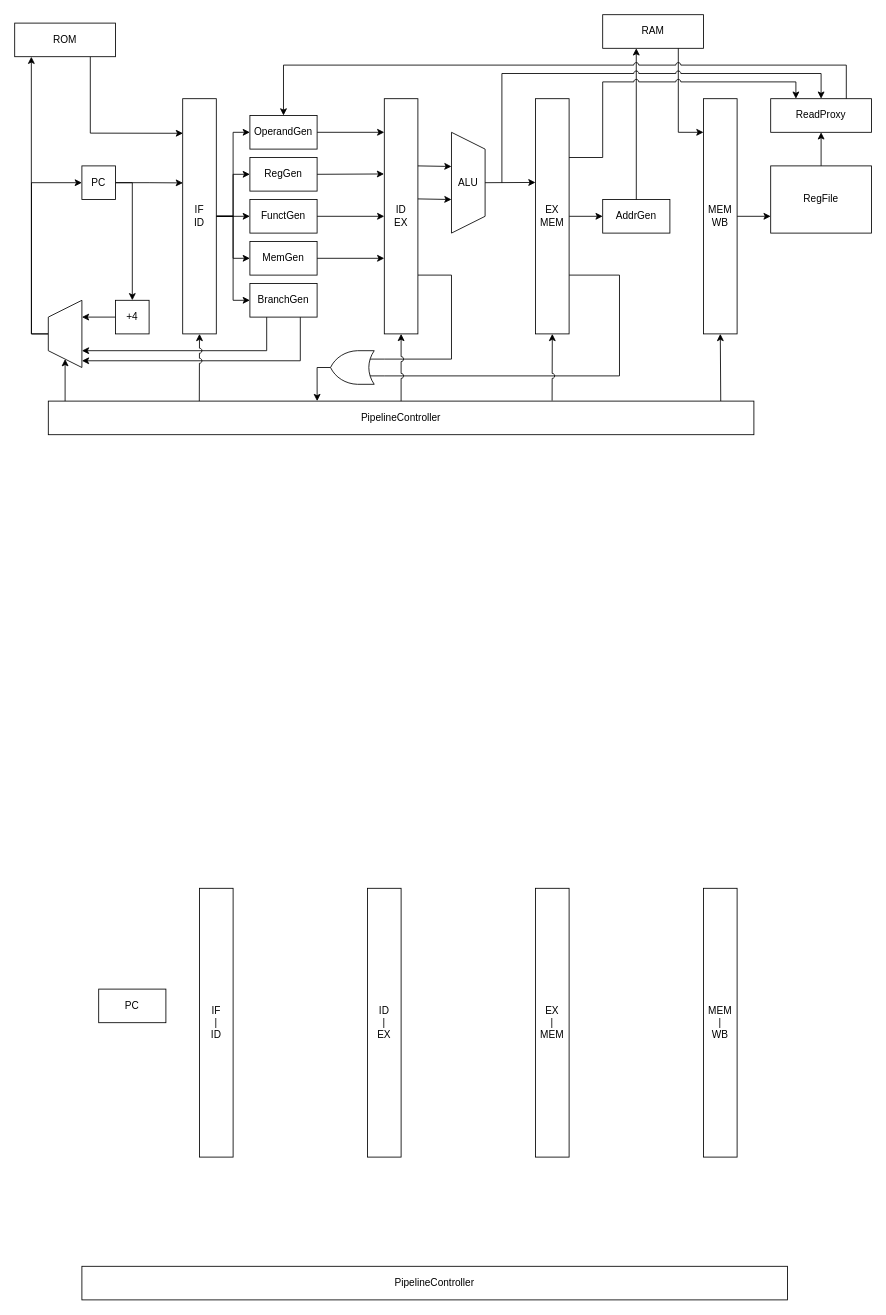
Earlier version of the draw.io diagram CS/TinyMIPS/TinyMIPSIII.drawio (umiskky/Diagrams). Source tidied: cells renumbered, new cells numbered last; positions are measured from the earlier drawing's top-left corner, leaving out a move shared by most shapes. Both pictures are drawn from the tidied source at 84%, with x=0, y=0 at pixel (14, 14).
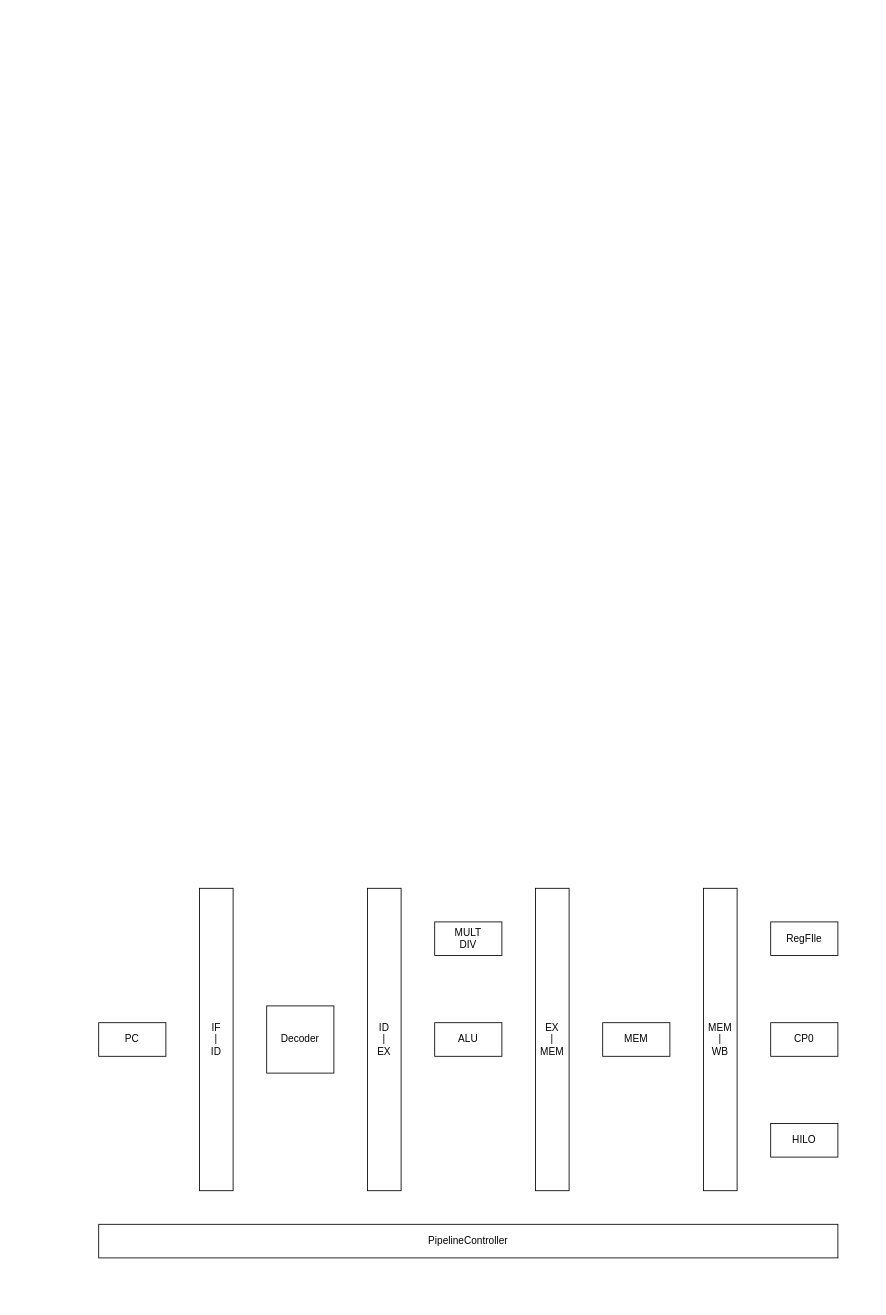
The same page after the edit.

What changed in the source:
```diff
@@
-    <mxCell id="2" style="edgeStyle=none;rounded=0;jettySize=auto;html=1;exitX=0.75;exitY=1;exitDx=0;exitDy=0;entryX=0.009;entryY=0.147;entryDx=0;entryDy=0;entryPerimeter=0;" parent="1" edge="1" source="3" target="17">
-      <mxGeometry relative="1" as="geometry">
-        <Array as="points">
-          <mxPoint x="90" y="141" />
-        </Array>
-      </mxGeometry>
-    </mxCell>
-    <mxCell id="3" value="ROM" style="rounded=0;whiteSpace=wrap;html=1;" parent="1" vertex="1">
-      <mxGeometry y="10" width="120" height="40" as="geometry" />
-    </mxCell>
-    <mxCell id="4" style="edgeStyle=orthogonalEdgeStyle;rounded=0;jettySize=auto;html=1;exitX=1;exitY=0.5;exitDx=0;exitDy=0;entryX=0.5;entryY=0;entryDx=0;entryDy=0;" parent="1" edge="1" source="6" target="11">
-      <mxGeometry relative="1" as="geometry" />
-    </mxCell>
-    <mxCell id="5" style="edgeStyle=orthogonalEdgeStyle;rounded=0;jettySize=auto;html=1;exitX=1;exitY=0.5;exitDx=0;exitDy=0;entryX=0.007;entryY=0.358;entryDx=0;entryDy=0;entryPerimeter=0;" parent="1" edge="1" source="6" target="17">
-      <mxGeometry relative="1" as="geometry" />
-    </mxCell>
-    <mxCell id="6" value="PC" style="rounded=0;whiteSpace=wrap;html=1;" parent="1" vertex="1">
-      <mxGeometry x="80" y="180" width="40" height="40" as="geometry" />
-    </mxCell>
-    <mxCell id="7" style="edgeStyle=orthogonalEdgeStyle;rounded=0;jettySize=auto;html=1;exitX=0.5;exitY=0;exitDx=0;exitDy=0;entryX=0.165;entryY=1;entryDx=0;entryDy=0;entryPerimeter=0;" parent="1" edge="1" source="9" target="3">
-      <mxGeometry relative="1" as="geometry" />
-    </mxCell>
-    <mxCell id="8" style="edgeStyle=orthogonalEdgeStyle;rounded=0;jettySize=auto;html=1;exitX=0.5;exitY=0;exitDx=0;exitDy=0;entryX=0;entryY=0.5;entryDx=0;entryDy=0;" parent="1" edge="1" source="9" target="6">
-      <mxGeometry relative="1" as="geometry" />
-    </mxCell>
-    <mxCell id="9" style="shape=trapezoid;perimeter=trapezoidPerimeter;whiteSpace=wrap;html=1;fixedSize=1;direction=north;" parent="1" vertex="1">
-      <mxGeometry x="40" y="340" width="40" height="80" as="geometry" />
-    </mxCell>
-    <mxCell id="10" style="edgeStyle=orthogonalEdgeStyle;rounded=0;jettySize=auto;html=1;exitX=0;exitY=0.5;exitDx=0;exitDy=0;entryX=0.75;entryY=1;entryDx=0;entryDy=0;" parent="1" edge="1" source="11" target="9">
-      <mxGeometry relative="1" as="geometry" />
-    </mxCell>
-    <mxCell id="11" value="+4" style="whiteSpace=wrap;html=1;" parent="1" vertex="1">
-      <mxGeometry x="120" y="340" width="40" height="40" as="geometry" />
-    </mxCell>
-    <mxCell id="12" style="edgeStyle=none;rounded=0;jettySize=auto;html=1;exitX=1;exitY=0.5;exitDx=0;exitDy=0;entryX=0;entryY=0.5;entryDx=0;entryDy=0;" parent="1" edge="1" source="17" target="33">
-      <mxGeometry relative="1" as="geometry">
-        <Array as="points">
-          <mxPoint x="260" y="240" />
-        </Array>
-      </mxGeometry>
-    </mxCell>
-    <mxCell id="13" style="edgeStyle=none;rounded=0;jettySize=auto;html=1;exitX=1;exitY=0.5;exitDx=0;exitDy=0;entryX=0;entryY=0.5;entryDx=0;entryDy=0;" parent="1" edge="1" source="17" target="31">
-      <mxGeometry relative="1" as="geometry">
-        <Array as="points">
-          <mxPoint x="260" y="240" />
-          <mxPoint x="260" y="190" />
-        </Array>
-      </mxGeometry>
-    </mxCell>
-    <mxCell id="14" style="edgeStyle=none;rounded=0;jettySize=auto;html=1;exitX=1;exitY=0.5;exitDx=0;exitDy=0;entryX=0;entryY=0.5;entryDx=0;entryDy=0;" parent="1" edge="1" source="17" target="29">
-      <mxGeometry relative="1" as="geometry">
-        <Array as="points">
-          <mxPoint x="260" y="240" />
-          <mxPoint x="260" y="140" />
-        </Array>
-      </mxGeometry>
-    </mxCell>
-    <mxCell id="15" style="edgeStyle=none;rounded=0;jettySize=auto;html=1;exitX=1;exitY=0.5;exitDx=0;exitDy=0;entryX=0;entryY=0.5;entryDx=0;entryDy=0;" parent="1" edge="1" source="17" target="38">
-      <mxGeometry relative="1" as="geometry">
-        <Array as="points">
-          <mxPoint x="260" y="240" />
-          <mxPoint x="260" y="340" />
-        </Array>
-      </mxGeometry>
-    </mxCell>
-    <mxCell id="16" style="edgeStyle=none;rounded=0;jettySize=auto;html=1;exitX=1;exitY=0.5;exitDx=0;exitDy=0;entryX=0;entryY=0.5;entryDx=0;entryDy=0;" parent="1" edge="1" source="17" target="35">
-      <mxGeometry relative="1" as="geometry">
-        <Array as="points">
-          <mxPoint x="260" y="240" />
-          <mxPoint x="260" y="290" />
-        </Array>
-      </mxGeometry>
-    </mxCell>
-    <mxCell id="17" value="IF&lt;br&gt;ID" style="rounded=0;whiteSpace=wrap;html=1;" parent="1" vertex="1">
-      <mxGeometry x="200" y="100" width="40" height="280" as="geometry" />
-    </mxCell>
-    <mxCell id="18" style="edgeStyle=none;rounded=0;jettySize=auto;html=1;exitX=1;exitY=0.75;exitDx=0;exitDy=0;entryX=0;entryY=0.75;entryDx=0;entryDy=0;entryPerimeter=0;endArrow=none;" parent="1" edge="1" source="19" target="40">
-      <mxGeometry relative="1" as="geometry">
-        <Array as="points">
-          <mxPoint x="520" y="310" />
-          <mxPoint x="520" y="410" />
-        </Array>
-      </mxGeometry>
-    </mxCell>
-    <mxCell id="19" value="ID&lt;br&gt;EX" style="rounded=0;whiteSpace=wrap;html=1;" parent="1" vertex="1">
-      <mxGeometry x="440" y="100" width="40" height="280" as="geometry" />
-    </mxCell>
-    <mxCell id="20" style="edgeStyle=none;rounded=0;jettySize=auto;html=1;exitX=1;exitY=0.75;exitDx=0;exitDy=0;entryX=0;entryY=0.25;entryDx=0;entryDy=0;entryPerimeter=0;endArrow=none;" parent="1" edge="1" source="23" target="40">
-      <mxGeometry relative="1" as="geometry">
-        <Array as="points">
-          <mxPoint x="720" y="310" />
-          <mxPoint x="720" y="430" />
-        </Array>
-      </mxGeometry>
-    </mxCell>
-    <mxCell id="21" style="edgeStyle=none;rounded=0;jettySize=auto;html=1;exitX=1;exitY=0.5;exitDx=0;exitDy=0;entryX=0;entryY=0.5;entryDx=0;entryDy=0;endArrow=classic;endFill=1;" parent="1" edge="1" source="23" target="43">
-      <mxGeometry relative="1" as="geometry" />
-    </mxCell>
-    <mxCell id="22" style="edgeStyle=none;rounded=0;sketch=0;jumpStyle=arc;jettySize=auto;html=1;entryX=0.5;entryY=1;entryDx=0;entryDy=0;shadow=0;endArrow=classic;endFill=1;exitX=0.714;exitY=-0.014;exitDx=0;exitDy=0;exitPerimeter=0;" parent="1" edge="1" source="27" target="23">
-      <mxGeometry relative="1" as="geometry" />
-    </mxCell>
-    <mxCell id="23" value="EX&lt;br&gt;MEM" style="rounded=0;whiteSpace=wrap;html=1;" parent="1" vertex="1">
-      <mxGeometry x="620" y="100" width="40" height="280" as="geometry" />
-    </mxCell>
-    <mxCell id="24" style="edgeStyle=none;rounded=0;sketch=0;jumpStyle=arc;jettySize=auto;html=1;exitX=1;exitY=0.5;exitDx=0;exitDy=0;entryX=0;entryY=0.75;entryDx=0;entryDy=0;shadow=0;endArrow=classic;endFill=1;" parent="1" edge="1" source="26" target="46">
-      <mxGeometry relative="1" as="geometry" />
-    </mxCell>
-    <mxCell id="25" style="edgeStyle=none;rounded=0;sketch=0;jumpStyle=arc;jettySize=auto;html=1;entryX=0.5;entryY=1;entryDx=0;entryDy=0;shadow=0;endArrow=classic;endFill=1;exitX=0.953;exitY=0.005;exitDx=0;exitDy=0;exitPerimeter=0;" parent="1" edge="1" source="27" target="26">
-      <mxGeometry relative="1" as="geometry" />
-    </mxCell>
-    <mxCell id="26" value="MEM&lt;br&gt;WB" style="rounded=0;whiteSpace=wrap;html=1;" parent="1" vertex="1">
-      <mxGeometry x="820" y="100" width="40" height="280" as="geometry" />
-    </mxCell>
-    <mxCell id="27" value="PipelineController" style="rounded=0;whiteSpace=wrap;html=1;" parent="1" vertex="1">
-      <mxGeometry x="40" y="460" width="840" height="40" as="geometry" />
-    </mxCell>
-    <mxCell id="28" style="edgeStyle=none;rounded=0;jettySize=auto;html=1;exitX=1;exitY=0.5;exitDx=0;exitDy=0;" parent="1" edge="1" source="29">
-      <mxGeometry relative="1" as="geometry">
-        <mxPoint x="440" y="140" as="targetPoint" />
-      </mxGeometry>
-    </mxCell>
-    <mxCell id="29" value="OperandGen" style="rounded=0;whiteSpace=wrap;html=1;" parent="1" vertex="1">
-      <mxGeometry x="280" y="120" width="80" height="40" as="geometry" />
-    </mxCell>
-    <mxCell id="30" style="edgeStyle=none;rounded=0;jettySize=auto;html=1;exitX=1;exitY=0.5;exitDx=0;exitDy=0;entryX=-0.008;entryY=0.32;entryDx=0;entryDy=0;entryPerimeter=0;" parent="1" edge="1" source="31" target="19">
-      <mxGeometry relative="1" as="geometry" />
-    </mxCell>
-    <mxCell id="31" value="&lt;span&gt;RegGen&lt;/span&gt;" style="rounded=0;whiteSpace=wrap;html=1;" parent="1" vertex="1">
-      <mxGeometry x="280" y="170" width="80" height="40" as="geometry" />
-    </mxCell>
-    <mxCell id="32" style="edgeStyle=none;rounded=0;jettySize=auto;html=1;exitX=1;exitY=0.5;exitDx=0;exitDy=0;entryX=0;entryY=0.5;entryDx=0;entryDy=0;" parent="1" edge="1" source="33" target="19">
-      <mxGeometry relative="1" as="geometry" />
-    </mxCell>
-    <mxCell id="33" value="FunctGen" style="rounded=0;whiteSpace=wrap;html=1;" parent="1" vertex="1">
-      <mxGeometry x="280" y="220" width="80" height="40" as="geometry" />
-    </mxCell>
-    <mxCell id="34" style="edgeStyle=none;rounded=0;jettySize=auto;html=1;exitX=1;exitY=0.5;exitDx=0;exitDy=0;" parent="1" edge="1" source="35">
-      <mxGeometry relative="1" as="geometry">
-        <mxPoint x="440" y="290" as="targetPoint" />
-      </mxGeometry>
-    </mxCell>
-    <mxCell id="35" value="MemGen" style="rounded=0;whiteSpace=wrap;html=1;" parent="1" vertex="1">
-      <mxGeometry x="280" y="270" width="80" height="40" as="geometry" />
-    </mxCell>
-    <mxCell id="36" style="edgeStyle=orthogonalEdgeStyle;rounded=0;jettySize=auto;html=1;exitX=0.25;exitY=1;exitDx=0;exitDy=0;entryX=0.25;entryY=1;entryDx=0;entryDy=0;" parent="1" edge="1" source="38" target="9">
-      <mxGeometry relative="1" as="geometry">
-        <Array as="points">
-          <mxPoint x="300" y="400" />
-        </Array>
-      </mxGeometry>
-    </mxCell>
-    <mxCell id="37" style="edgeStyle=orthogonalEdgeStyle;rounded=0;jettySize=auto;html=1;exitX=0.75;exitY=1;exitDx=0;exitDy=0;" parent="1" edge="1" source="38">
-      <mxGeometry relative="1" as="geometry">
-        <mxPoint x="80" y="412" as="targetPoint" />
-        <Array as="points">
-          <mxPoint x="340" y="412" />
-        </Array>
-      </mxGeometry>
-    </mxCell>
-    <mxCell id="38" value="BranchGen" style="rounded=0;whiteSpace=wrap;html=1;" parent="1" vertex="1">
-      <mxGeometry x="280" y="320" width="80" height="40" as="geometry" />
-    </mxCell>
-    <mxCell id="39" style="edgeStyle=none;rounded=0;jettySize=auto;html=1;entryX=0.381;entryY=0;entryDx=0;entryDy=0;entryPerimeter=0;exitX=1;exitY=0.5;exitDx=0;exitDy=0;exitPerimeter=0;anchorPointDirection=1;" parent="1" edge="1" source="40" target="27">
-      <mxGeometry relative="1" as="geometry">
-        <Array as="points">
-          <mxPoint x="360" y="420" />
-        </Array>
-      </mxGeometry>
-    </mxCell>
-    <mxCell id="40" style="verticalLabelPosition=bottom;shadow=0;dashed=0;align=center;html=1;verticalAlign=top;shape=mxgraph.electrical.logic_gates.logic_gate;operation=or;direction=west;" parent="1" vertex="1">
-      <mxGeometry x="360" y="400" width="80" height="40" as="geometry" />
-    </mxCell>
-    <mxCell id="41" value="ALU" style="shape=trapezoid;perimeter=trapezoidPerimeter;whiteSpace=wrap;html=1;fixedSize=1;direction=south;" parent="1" vertex="1">
-      <mxGeometry x="520" y="140" width="40" height="120" as="geometry" />
-    </mxCell>
-    <mxCell id="42" value="RAM" style="rounded=0;whiteSpace=wrap;html=1;" parent="1" vertex="1">
-      <mxGeometry x="700" width="120" height="40" as="geometry" />
-    </mxCell>
-    <mxCell id="43" value="&lt;span&gt;AddrGen&lt;/span&gt;" style="rounded=0;whiteSpace=wrap;html=1;" parent="1" vertex="1">
-      <mxGeometry x="700" y="220" width="80" height="40" as="geometry" />
-    </mxCell>
-    <mxCell id="44" value="ReadProxy" style="rounded=0;whiteSpace=wrap;html=1;" parent="1" vertex="1">
-      <mxGeometry x="900" y="100" width="120" height="40" as="geometry" />
-    </mxCell>
-    <mxCell id="45" style="edgeStyle=none;rounded=0;sketch=0;jumpStyle=arc;jettySize=auto;html=1;exitX=0.5;exitY=0;exitDx=0;exitDy=0;entryX=0.5;entryY=1;entryDx=0;entryDy=0;shadow=0;endArrow=classic;endFill=1;" parent="1" edge="1" source="46" target="44">
-      <mxGeometry relative="1" as="geometry" />
-    </mxCell>
-    <mxCell id="46" value="RegFile" style="rounded=0;whiteSpace=wrap;html=1;" parent="1" vertex="1">
-      <mxGeometry x="900" y="180" width="120" height="80" as="geometry" />
-    </mxCell>
-    <mxCell id="47" style="endArrow=classic;html=1;entryX=0;entryY=0.5;entryDx=0;entryDy=0;" parent="1" edge="1" target="9">
-      <mxGeometry relative="1" as="geometry">
-        <mxPoint x="60" y="460" as="sourcePoint" />
-      </mxGeometry>
-    </mxCell>
-    <mxCell id="48" style="endArrow=classic;html=1;entryX=0.339;entryY=1;entryDx=0;entryDy=0;entryPerimeter=0;" parent="1" edge="1" target="41">
-      <mxGeometry relative="1" as="geometry">
-        <mxPoint x="480" y="180" as="sourcePoint" />
-      </mxGeometry>
-    </mxCell>
-    <mxCell id="49" style="endArrow=classic;html=1;entryX=0.339;entryY=1;entryDx=0;entryDy=0;entryPerimeter=0;" parent="1" edge="1">
-      <mxGeometry relative="1" as="geometry">
-        <mxPoint x="480" y="219.3" as="sourcePoint" />
-        <mxPoint x="520" y="220" as="targetPoint" />
-      </mxGeometry>
-    </mxCell>
-    <mxCell id="50" style="endArrow=classic;html=1;exitX=0.5;exitY=0;exitDx=0;exitDy=0;" parent="1" edge="1" source="41">
-      <mxGeometry relative="1" as="geometry">
-        <mxPoint x="620" y="199.7" as="targetPoint" />
-      </mxGeometry>
-    </mxCell>
-    <mxCell id="51" style="edgeStyle=none;rounded=0;jettySize=auto;html=1;exitX=0.5;exitY=0;exitDx=0;exitDy=0;endArrow=classic;endFill=1;jumpStyle=none;sketch=0;shadow=0;entryX=0.333;entryY=1;entryDx=0;entryDy=0;entryPerimeter=0;" parent="1" edge="1" source="43" target="42">
-      <mxGeometry relative="1" as="geometry" />
-    </mxCell>
-    <mxCell id="52" style="endArrow=classic;html=1;shadow=0;exitX=0.75;exitY=1;exitDx=0;exitDy=0;entryX=0;entryY=0.143;entryDx=0;entryDy=0;entryPerimeter=0;rounded=0;" parent="1" edge="1" source="42" target="26">
-      <mxGeometry relative="1" as="geometry">
-        <Array as="points">
-          <mxPoint x="790" y="140" />
-        </Array>
-      </mxGeometry>
-    </mxCell>
-    <mxCell id="53" style="edgeStyle=none;rounded=0;jettySize=auto;html=1;exitX=0.75;exitY=0;exitDx=0;exitDy=0;entryX=0.5;entryY=0;entryDx=0;entryDy=0;endArrow=classic;endFill=1;jumpStyle=arc;" parent="1" edge="1" source="44" target="29">
-      <mxGeometry relative="1" as="geometry">
-        <Array as="points">
-          <mxPoint x="990" y="60" />
-          <mxPoint x="320" y="60" />
-        </Array>
-      </mxGeometry>
-    </mxCell>
-    <mxCell id="54" style="edgeStyle=none;rounded=0;sketch=0;jumpStyle=arc;jettySize=auto;html=1;entryX=0.5;entryY=0;entryDx=0;entryDy=0;shadow=0;endArrow=classic;endFill=1;" parent="1" edge="1" target="44">
-      <mxGeometry relative="1" as="geometry">
-        <mxPoint x="580" y="200" as="sourcePoint" />
-        <Array as="points">
-          <mxPoint x="580" y="70" />
-          <mxPoint x="960" y="70" />
-        </Array>
-      </mxGeometry>
-    </mxCell>
-    <mxCell id="55" style="edgeStyle=none;rounded=0;sketch=0;jumpStyle=arc;jettySize=auto;html=1;exitX=1;exitY=0.25;exitDx=0;exitDy=0;entryX=0.25;entryY=0;entryDx=0;entryDy=0;shadow=0;endArrow=classic;endFill=1;" parent="1" edge="1" source="23" target="44">
-      <mxGeometry relative="1" as="geometry">
-        <Array as="points">
-          <mxPoint x="700" y="170" />
-          <mxPoint x="700" y="80" />
-          <mxPoint x="930" y="80" />
-        </Array>
-      </mxGeometry>
-    </mxCell>
-    <mxCell id="56" style="edgeStyle=none;rounded=0;sketch=0;jumpStyle=arc;jettySize=auto;html=1;entryX=0.5;entryY=1;entryDx=0;entryDy=0;shadow=0;endArrow=classic;endFill=1;exitX=0.214;exitY=0;exitDx=0;exitDy=0;exitPerimeter=0;" parent="1" edge="1" source="27" target="17">
-      <mxGeometry relative="1" as="geometry" />
-    </mxCell>
-    <mxCell id="57" style="edgeStyle=none;rounded=0;sketch=0;jumpStyle=arc;jettySize=auto;html=1;shadow=0;endArrow=classic;endFill=1;exitX=0.5;exitY=0;exitDx=0;exitDy=0;entryX=0.5;entryY=1;entryDx=0;entryDy=0;" parent="1" edge="1" source="27" target="19">
-      <mxGeometry relative="1" as="geometry" />
-    </mxCell>
     <mxCell id="58" value="PipelineController" style="rounded=0;whiteSpace=wrap;html=1;" parent="1" vertex="1">
-      <mxGeometry x="80" y="1490" width="840" height="40" as="geometry" />
+      <mxGeometry x="100" y="1440" width="880" height="40" as="geometry" />
     </mxCell>
     <mxCell id="59" value="PC" style="rounded=0;whiteSpace=wrap;html=1;" parent="1" vertex="1">
-      <mxGeometry x="100" y="1160" width="80" height="40" as="geometry" />
+      <mxGeometry x="100" y="1200" width="80" height="40" as="geometry" />
     </mxCell>
     <mxCell id="60" value="IF&lt;br&gt;|&lt;br&gt;ID" style="rounded=0;whiteSpace=wrap;html=1;" parent="1" vertex="1">
-      <mxGeometry x="220" y="1040" width="40" height="320" as="geometry" />
+      <mxGeometry x="220" y="1040" width="40" height="360" as="geometry" />
     </mxCell>
     <mxCell id="61" value="ID&lt;br&gt;|&lt;br&gt;EX" style="rounded=0;whiteSpace=wrap;html=1;" parent="1" vertex="1">
-      <mxGeometry x="420" y="1040" width="40" height="320" as="geometry" />
+      <mxGeometry x="420" y="1040" width="40" height="360" as="geometry" />
     </mxCell>
     <mxCell id="62" value="EX&lt;br&gt;|&lt;br&gt;MEM" style="rounded=0;whiteSpace=wrap;html=1;" parent="1" vertex="1">
-      <mxGeometry x="620" y="1040" width="40" height="320" as="geometry" />
+      <mxGeometry x="620" y="1040" width="40" height="360" as="geometry" />
     </mxCell>
     <mxCell id="63" value="MEM&lt;br&gt;|&lt;br&gt;WB" style="rounded=0;whiteSpace=wrap;html=1;" parent="1" vertex="1">
-      <mxGeometry x="820" y="1040" width="40" height="320" as="geometry" />
+      <mxGeometry x="820" y="1040" width="40" height="360" as="geometry" />
     </mxCell>
+    <mxCell id="64" value="Decoder" style="rounded=0;whiteSpace=wrap;html=1;" parent="1" vertex="1">
+      <mxGeometry x="300" y="1180" width="80" height="80" as="geometry" />
+    </mxCell>
+    <mxCell id="65" value="MULT&lt;br&gt;DIV" style="rounded=0;whiteSpace=wrap;html=1;" parent="1" vertex="1">
+      <mxGeometry x="500" y="1080" width="80" height="40" as="geometry" />
+    </mxCell>
+    <mxCell id="41" value="ALU" style="rounded=0;whiteSpace=wrap;html=1;" parent="1" vertex="1">
+      <mxGeometry x="500" y="1200" width="80" height="40" as="geometry" />
+    </mxCell>
+    <mxCell id="66" value="MEM" style="rounded=0;whiteSpace=wrap;html=1;" parent="1" vertex="1">
+      <mxGeometry x="700" y="1200" width="80" height="40" as="geometry" />
+    </mxCell>
+    <mxCell id="67" value="RegFIle" style="rounded=0;whiteSpace=wrap;html=1;" parent="1" vertex="1">
+      <mxGeometry x="900" y="1080" width="80" height="40" as="geometry" />
+    </mxCell>
+    <mxCell id="68" value="CP0" style="rounded=0;whiteSpace=wrap;html=1;" parent="1" vertex="1">
+      <mxGeometry x="900" y="1200" width="80" height="40" as="geometry" />
+    </mxCell>
+    <mxCell id="69" value="HILO" style="rounded=0;whiteSpace=wrap;html=1;" parent="1" vertex="1">
+      <mxGeometry x="900" y="1320" width="80" height="40" as="geometry" />
+    </mxCell>
```
